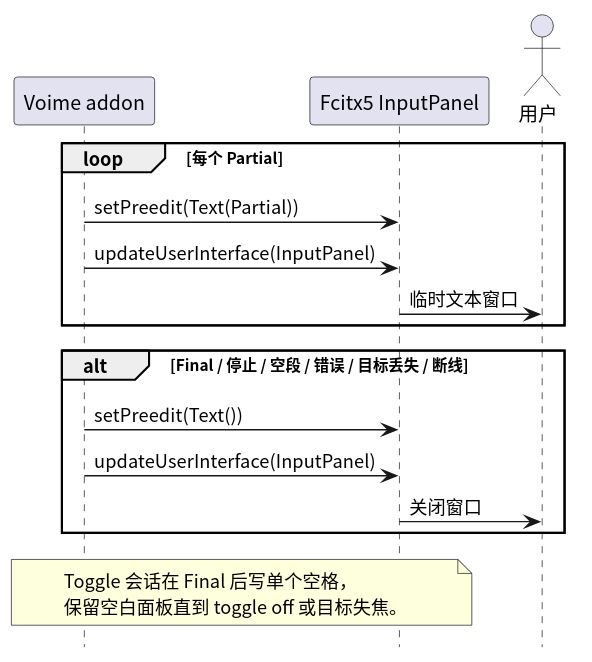
The PlantUML diagram frontends/fcitx/diagram/fcitx-panel.svg in 54m43lJ/voime, before a commit.
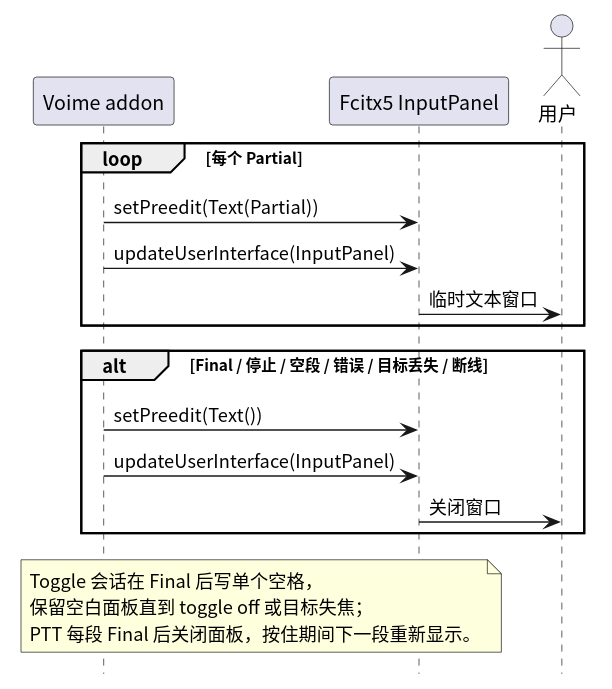
The same file after the commit.

Change to the diagram source:
```diff
@@ -21,6 +21,7 @@
 
 note over Addon, Panel
   Toggle 会话在 Final 后写单个空格，
-  保留空白面板直到 toggle off 或目标失焦。
+  保留空白面板直到 toggle off 或目标失焦；
+  PTT 每段 Final 后关闭面板，按住期间下一段重新显示。
 end note
 @enduml
```
